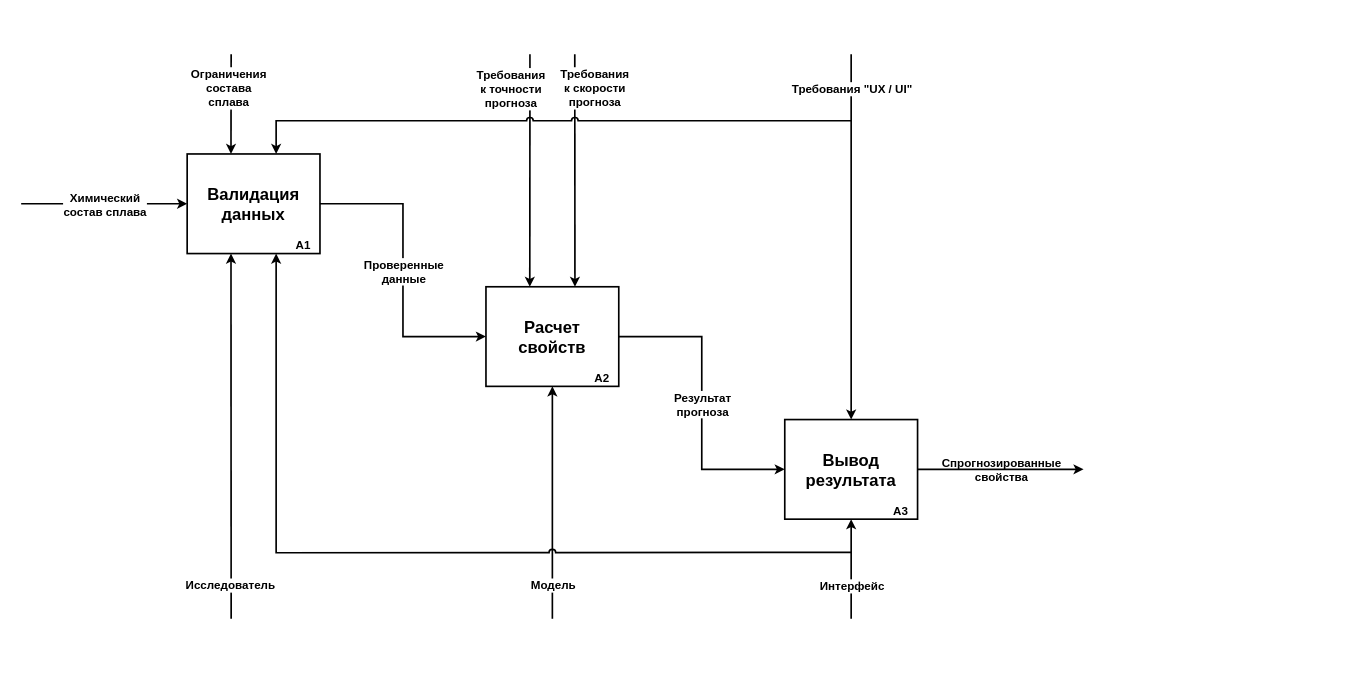
Above: page "IDEF0 (A0) (Презентация)" (4 of 4) of ВКР, отчет/ВКР, приложение/ВКР, IDEF0.drawio in Cyber-Limon/Final_qualifying_work___Diploma (draw.io), before the change. Source tidied: cells renumbered, new cells numbered last; positions are measured from the earlier drawing's top-left corner, leaving out a move shared by most shapes. Both pictures are drawn from the tidied source at 83%, with x=0, y=0 at pixel (21, 54).
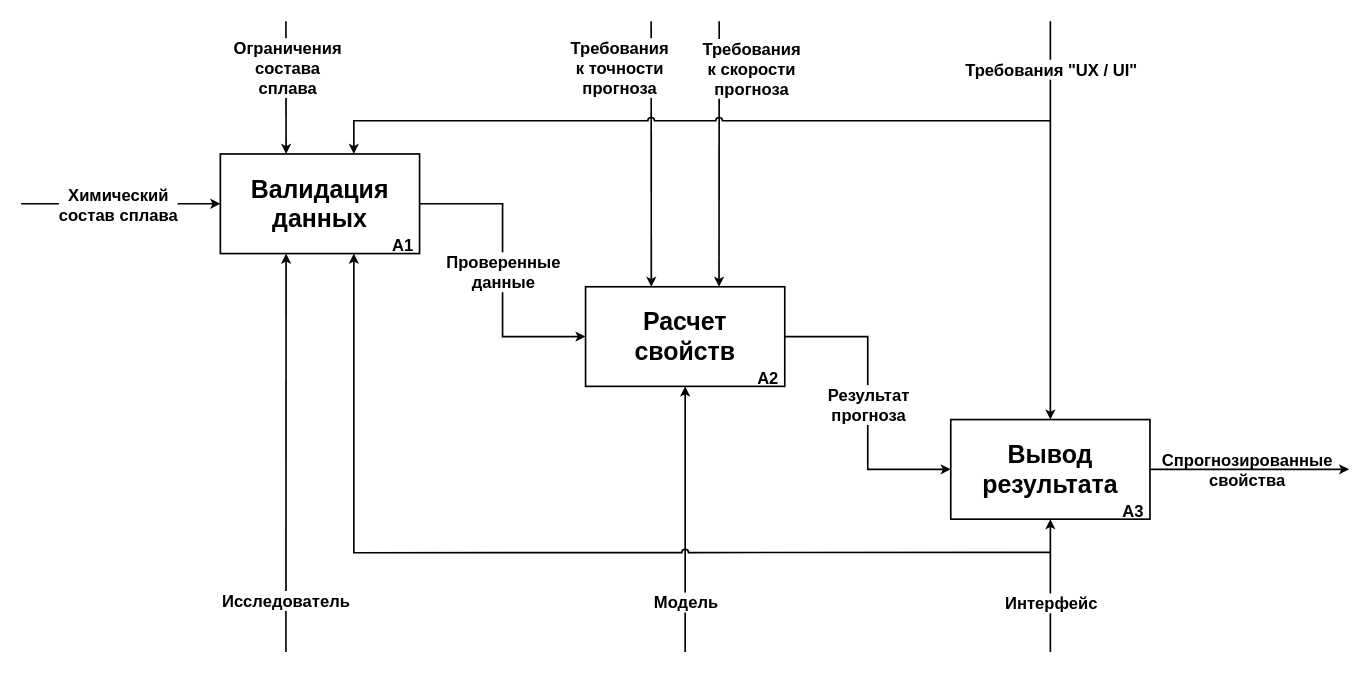
The same diagram, later.

The change refers to these unchanged cells:
```xml
<mxCell id="8" style="endArrow=classic;html=1;rounded=0;strokeWidth=2;entryX=0;entryY=0.5;entryDx=0;entryDy=0;" parent="1" edge="1" target="2">
  <mxGeometry relative="1" as="geometry">
    <mxPoint y="180" as="sourcePoint" />
  </mxGeometry>
</mxCell>
```

The edit, as a diff of the source:
```diff
@@
-    <mxCell id="2" value="&lt;span style=&quot;font-size: 20px;&quot;&gt;&lt;b&gt;Валидация данных&lt;/b&gt;&lt;/span&gt;" style="rounded=0;whiteSpace=wrap;html=1;strokeWidth=2;points=[[0,0.25,0,0,0],[0,0.5,0,0,0],[0,0.75,0,0,0],[0.33,0,0,0,0],[0.33,1,0,0,0],[0.67,0,0,0,0],[0.67,1,0,0,0],[1,0.25,0,0,0],[1,0.5,0,0,0],[1,0.75,0,0,0]];" parent="1" vertex="1">
-      <mxGeometry x="200" y="120" width="160" height="120" as="geometry" />
+    <mxCell id="2" value="&lt;span&gt;&lt;span&gt;Валидация данных&lt;/span&gt;&lt;/span&gt;" style="rounded=0;whiteSpace=wrap;html=1;strokeWidth=2;points=[[0,0.25,0,0,0],[0,0.5,0,0,0],[0,0.75,0,0,0],[0.33,0,0,0,0],[0.33,1,0,0,0],[0.67,0,0,0,0],[0.67,1,0,0,0],[1,0.25,0,0,0],[1,0.5,0,0,0],[1,0.75,0,0,0]];fontSize=30;fontStyle=1;" parent="1" vertex="1">
+      <mxGeometry x="240" y="120" width="240" height="120" as="geometry" />
     </mxCell>
-    <mxCell id="3" value="&lt;font style=&quot;font-size: 14px;&quot;&gt;&lt;b&gt;A1&lt;/b&gt;&lt;/font&gt;" style="text;html=1;whiteSpace=wrap;strokeColor=none;fillColor=none;align=center;verticalAlign=middle;rounded=0;" parent="1" vertex="1">
-      <mxGeometry x="320" y="220" width="40" height="20" as="geometry" />
+    <mxCell id="3" value="&lt;font&gt;&lt;span&gt;A1&lt;/span&gt;&lt;/font&gt;" style="text;html=1;whiteSpace=wrap;strokeColor=none;fillColor=none;align=center;verticalAlign=middle;rounded=0;fontSize=20;fontStyle=1;" parent="1" vertex="1">
+      <mxGeometry x="440" y="220" width="40" height="20" as="geometry" />
     </mxCell>
-    <mxCell id="4" value="&lt;font style=&quot;font-size: 20px;&quot;&gt;&lt;b style=&quot;&quot;&gt;Расчет&lt;/b&gt;&lt;/font&gt;&lt;div&gt;&lt;font style=&quot;font-size: 20px;&quot;&gt;&lt;b style=&quot;&quot;&gt;свойств&lt;/b&gt;&lt;/font&gt;&lt;/div&gt;" style="rounded=0;whiteSpace=wrap;html=1;strokeWidth=2;points=[[0,0.25,0,0,0],[0,0.5,0,0,0],[0,0.75,0,0,0],[0,1,0,0,0],[0.25,1,0,0,0],[0.33,0,0,0,0],[0.5,1,0,0,0],[0.67,0,0,0,0],[0.75,1,0,0,0],[1,0.25,0,0,0],[1,0.5,0,0,0],[1,0.75,0,0,0],[1,1,0,0,0]];" parent="1" vertex="1">
-      <mxGeometry x="560" y="280" width="160" height="120" as="geometry" />
+    <mxCell id="4" value="&lt;font&gt;&lt;span&gt;Расчет&lt;/span&gt;&lt;/font&gt;&lt;div&gt;&lt;font&gt;&lt;span&gt;свойств&lt;/span&gt;&lt;/font&gt;&lt;/div&gt;" style="rounded=0;whiteSpace=wrap;html=1;strokeWidth=2;points=[[0,0.25,0,0,0],[0,0.5,0,0,0],[0,0.75,0,0,0],[0,1,0,0,0],[0.25,1,0,0,0],[0.33,0,0,0,0],[0.5,1,0,0,0],[0.67,0,0,0,0],[0.75,1,0,0,0],[1,0.25,0,0,0],[1,0.5,0,0,0],[1,0.75,0,0,0],[1,1,0,0,0]];fontSize=30;fontStyle=1;" parent="1" vertex="1">
+      <mxGeometry x="680" y="280" width="240" height="120" as="geometry" />
     </mxCell>
-    <mxCell id="5" value="&lt;font style=&quot;font-size: 14px;&quot;&gt;&lt;b&gt;A2&lt;/b&gt;&lt;/font&gt;" style="text;html=1;whiteSpace=wrap;strokeColor=none;fillColor=none;align=center;verticalAlign=middle;rounded=0;" parent="1" vertex="1">
-      <mxGeometry x="680" y="380" width="40" height="20" as="geometry" />
+    <mxCell id="5" value="&lt;font&gt;&lt;span&gt;A2&lt;/span&gt;&lt;/font&gt;" style="text;html=1;whiteSpace=wrap;strokeColor=none;fillColor=none;align=center;verticalAlign=middle;rounded=0;fontSize=20;fontStyle=1;" parent="1" vertex="1">
+      <mxGeometry x="880" y="380" width="40" height="20" as="geometry" />
     </mxCell>
-    <mxCell id="6" value="&lt;span style=&quot;font-size: 20px;&quot;&gt;&lt;b&gt;Вывод результата&lt;/b&gt;&lt;/span&gt;" style="rounded=0;whiteSpace=wrap;html=1;strokeWidth=2;points=[[0,0,0,0,0],[0,0.25,0,0,0],[0,0.5,0,0,0],[0,0.75,0,0,0],[0.25,0,0,0,0],[0.5,0,0,0,0],[0.5,1,0,0,0],[0.75,0,0,0,0],[1,0,0,0,0],[1,0.25,0,0,0],[1,0.5,0,0,0],[1,0.75,0,0,0]];" parent="1" vertex="1">
-      <mxGeometry x="920" y="440" width="160" height="120" as="geometry" />
+    <mxCell id="6" value="&lt;span&gt;&lt;span&gt;Вывод результата&lt;/span&gt;&lt;/span&gt;" style="rounded=0;whiteSpace=wrap;html=1;strokeWidth=2;points=[[0,0,0,0,0],[0,0.25,0,0,0],[0,0.5,0,0,0],[0,0.75,0,0,0],[0.25,0,0,0,0],[0.5,0,0,0,0],[0.5,1,0,0,0],[0.75,0,0,0,0],[1,0,0,0,0],[1,0.25,0,0,0],[1,0.5,0,0,0],[1,0.75,0,0,0]];fontSize=30;fontStyle=1;" parent="1" vertex="1">
+      <mxGeometry x="1120" y="440" width="240" height="120" as="geometry" />
     </mxCell>
-    <mxCell id="7" value="&lt;font style=&quot;font-size: 14px;&quot;&gt;&lt;b&gt;A3&lt;/b&gt;&lt;/font&gt;" style="text;html=1;whiteSpace=wrap;strokeColor=none;fillColor=none;align=center;verticalAlign=middle;rounded=0;" parent="1" vertex="1">
-      <mxGeometry x="1040" y="540" width="40" height="20" as="geometry" />
+    <mxCell id="7" value="&lt;font&gt;&lt;span&gt;A3&lt;/span&gt;&lt;/font&gt;" style="text;html=1;whiteSpace=wrap;strokeColor=none;fillColor=none;align=center;verticalAlign=middle;rounded=0;fontSize=20;fontStyle=1;" parent="1" vertex="1">
+      <mxGeometry x="1320" y="540" width="40" height="20" as="geometry" />
     </mxCell>
@@
-    <mxCell id="9" value="Химический&lt;div&gt;состав сплава&lt;/div&gt;" style="edgeLabel;html=1;align=center;verticalAlign=middle;fontSize=14;fontStyle=1;labelBackgroundColor=default;" parent="8" vertex="1">
+    <mxCell id="9" value="Химический&lt;div&gt;состав сплава&lt;/div&gt;" style="edgeLabel;html=1;align=center;verticalAlign=middle;fontSize=20;fontStyle=1;labelBackgroundColor=default;" parent="8" vertex="1">
       <mxGeometry x="-0.21" y="1" relative="1" as="geometry">
         <mxPoint x="21" y="1" as="offset" />
       </mxGeometry>
     </mxCell>
     <mxCell id="10" style="endArrow=classic;html=1;rounded=0;strokeWidth=2;exitX=1;exitY=0.5;exitDx=0;exitDy=0;" parent="1" edge="1" source="6">
       <mxGeometry relative="1" as="geometry">
-        <mxPoint x="1280" y="500" as="targetPoint" />
+        <mxPoint x="1600" y="500" as="targetPoint" />
       </mxGeometry>
     </mxCell>
-    <mxCell id="11" value="Спрогнозированные&lt;div&gt;свойства&lt;/div&gt;" style="edgeLabel;html=1;align=center;verticalAlign=middle;fontSize=14;fontStyle=1;labelPosition=center;verticalLabelPosition=middle;labelBackgroundColor=none;" parent="10" vertex="1">
+    <mxCell id="11" value="Спрогнозированные&lt;div&gt;свойства&lt;/div&gt;" style="edgeLabel;html=1;align=center;verticalAlign=middle;fontSize=20;fontStyle=1;labelPosition=center;verticalLabelPosition=middle;labelBackgroundColor=none;" parent="10" vertex="1">
       <mxGeometry x="-0.21" y="1" relative="1" as="geometry">
         <mxPoint x="21" y="1" as="offset" />
       </mxGeometry>
     </mxCell>
-    <mxCell id="12" style="endArrow=classic;html=1;rounded=0;strokeWidth=2;entryX=0;entryY=0.5;entryDx=0;entryDy=0;exitX=1;exitY=0.5;exitDx=0;exitDy=0;edgeStyle=orthogonalEdgeStyle;" parent="1" edge="1" source="2" target="4">
+    <mxCell id="12" style="endArrow=classic;html=1;rounded=0;strokeWidth=2;entryX=0;entryY=0.5;entryDx=0;entryDy=0;exitX=1;exitY=0.5;exitDx=0;exitDy=0;edgeStyle=orthogonalEdgeStyle;fontStyle=1;fontSize=17;" parent="1" edge="1" source="2" target="4">
       <mxGeometry relative="1" as="geometry" />
     </mxCell>
-    <mxCell id="13" value="Проверенные&lt;div&gt;данные&lt;/div&gt;" style="edgeLabel;html=1;align=center;verticalAlign=middle;fontSize=14;fontStyle=1;labelBackgroundColor=default;" parent="12" vertex="1">
+    <mxCell id="13" value="Проверенные&lt;div&gt;данные&lt;/div&gt;" style="edgeLabel;html=1;align=center;verticalAlign=middle;fontSize=20;fontStyle=1;labelBackgroundColor=default;" parent="12" vertex="1">
       <mxGeometry x="-0.21" y="1" relative="1" as="geometry">
         <mxPoint x="-1" y="39" as="offset" />
       </mxGeometry>
     </mxCell>
-    <mxCell id="14" style="endArrow=classic;html=1;rounded=0;strokeWidth=2;entryX=0;entryY=0.5;entryDx=0;entryDy=0;exitX=1;exitY=0.5;exitDx=0;exitDy=0;edgeStyle=orthogonalEdgeStyle;" parent="1" edge="1" source="4" target="6">
+    <mxCell id="14" style="endArrow=classic;html=1;rounded=0;strokeWidth=2;entryX=0;entryY=0.5;entryDx=0;entryDy=0;exitX=1;exitY=0.5;exitDx=0;exitDy=0;edgeStyle=orthogonalEdgeStyle;fontStyle=1;fontSize=17;" parent="1" edge="1" source="4" target="6">
       <mxGeometry relative="1" as="geometry" />
     </mxCell>
-    <mxCell id="15" value="Результат&lt;div&gt;прогноза&lt;/div&gt;" style="edgeLabel;html=1;align=center;verticalAlign=middle;fontSize=14;fontStyle=1;labelBackgroundColor=default;" parent="14" vertex="1">
+    <mxCell id="15" value="Результат&lt;div&gt;прогноза&lt;/div&gt;" style="edgeLabel;html=1;align=center;verticalAlign=middle;fontSize=20;fontStyle=1;labelBackgroundColor=default;" parent="14" vertex="1">
       <mxGeometry x="-0.21" y="1" relative="1" as="geometry">
         <mxPoint x="-1" y="39" as="offset" />
       </mxGeometry>
     </mxCell>
-    <mxCell id="16" style="endArrow=classic;html=1;rounded=0;strokeWidth=2;entryX=0.5;entryY=1;entryDx=0;entryDy=0;" parent="1" edge="1" target="4">
+    <mxCell id="16" style="endArrow=classic;html=1;rounded=0;strokeWidth=2;entryX=0.5;entryY=1;entryDx=0;entryDy=0;fontStyle=1;" parent="1" edge="1" target="4">
       <mxGeometry relative="1" as="geometry">
-        <mxPoint x="640" y="680" as="sourcePoint" />
+        <mxPoint x="800" y="720" as="sourcePoint" />
       </mxGeometry>
     </mxCell>
-    <mxCell id="17" value="Модель" style="edgeLabel;html=1;align=center;verticalAlign=middle;fontSize=14;fontStyle=1;labelBackgroundColor=#FFFFFF;" parent="16" vertex="1">
+    <mxCell id="17" value="Модель" style="edgeLabel;html=1;align=center;verticalAlign=middle;fontSize=20;fontStyle=1;labelBackgroundColor=#FFFFFF;" parent="16" vertex="1">
       <mxGeometry x="-0.21" y="1" relative="1" as="geometry">
-        <mxPoint x="1" y="70" as="offset" />
+        <mxPoint x="1" y="65" as="offset" />
       </mxGeometry>
     </mxCell>
-    <mxCell id="18" style="endArrow=classic;html=1;rounded=0;strokeWidth=2;entryX=0.33;entryY=1;entryDx=0;entryDy=0;entryPerimeter=0;" parent="1" edge="1" target="2">
+    <mxCell id="18" style="endArrow=classic;html=1;rounded=0;strokeWidth=2;entryX=0.33;entryY=1;entryDx=0;entryDy=0;entryPerimeter=0;fontStyle=1;" parent="1" edge="1" target="2">
       <mxGeometry relative="1" as="geometry">
-        <mxPoint x="253" y="680" as="sourcePoint" />
+        <mxPoint x="319" y="720" as="sourcePoint" />
       </mxGeometry>
     </mxCell>
-    <mxCell id="19" value="Исследователь" style="edgeLabel;html=1;align=center;verticalAlign=middle;fontSize=14;fontStyle=1;labelBackgroundColor=#FFFFFF;" parent="18" vertex="1">
+    <mxCell id="19" value="Исследователь" style="edgeLabel;html=1;align=center;verticalAlign=middle;fontSize=20;fontStyle=1;labelBackgroundColor=#FFFFFF;" parent="18" vertex="1">
       <mxGeometry x="-0.21" y="1" relative="1" as="geometry">
-        <mxPoint y="133" as="offset" />
+        <mxPoint y="128" as="offset" />
       </mxGeometry>
     </mxCell>
-    <mxCell id="20" style="endArrow=classic;html=1;rounded=0;strokeWidth=2;entryX=0.5;entryY=1;entryDx=0;entryDy=0;entryPerimeter=0;" parent="1" edge="1" target="6">
+    <mxCell id="20" style="endArrow=classic;html=1;rounded=0;strokeWidth=2;entryX=0.5;entryY=1;entryDx=0;entryDy=0;entryPerimeter=0;fontStyle=1;" parent="1" edge="1" target="6">
       <mxGeometry relative="1" as="geometry">
-        <mxPoint x="1000" y="680" as="sourcePoint" />
+        <mxPoint x="1240" y="720" as="sourcePoint" />
       </mxGeometry>
     </mxCell>
-    <mxCell id="21" value="Интерфейс" style="edgeLabel;html=1;align=center;verticalAlign=middle;fontSize=14;fontStyle=1;labelBackgroundColor=#FFFFFF;" parent="20" vertex="1">
+    <mxCell id="21" value="Интерфейс" style="edgeLabel;html=1;align=center;verticalAlign=middle;fontSize=20;fontStyle=1;labelBackgroundColor=#FFFFFF;" parent="20" vertex="1">
       <mxGeometry x="-0.21" y="1" relative="1" as="geometry">
-        <mxPoint x="1" y="7" as="offset" />
+        <mxPoint x="1" y="3" as="offset" />
       </mxGeometry>
     </mxCell>
     <mxCell id="22" style="endArrow=classic;html=1;rounded=0;strokeWidth=2;edgeStyle=orthogonalEdgeStyle;jumpStyle=arc;entryX=0.67;entryY=1;entryDx=0;entryDy=0;entryPerimeter=0;" parent="1" edge="1" target="2">
       <mxGeometry relative="1" as="geometry">
-        <mxPoint x="1000" y="600" as="sourcePoint" />
+        <mxPoint x="1240" y="600" as="sourcePoint" />
       </mxGeometry>
     </mxCell>
-    <mxCell id="23" style="endArrow=classic;html=1;rounded=0;strokeWidth=2;entryX=0.5;entryY=0;entryDx=0;entryDy=0;entryPerimeter=0;" parent="1" edge="1" target="6">
+    <mxCell id="23" style="endArrow=classic;html=1;rounded=0;strokeWidth=2;entryX=0.5;entryY=0;entryDx=0;entryDy=0;entryPerimeter=0;fontStyle=1;" parent="1" edge="1" target="6">
       <mxGeometry relative="1" as="geometry">
-        <mxPoint x="1000" as="sourcePoint" />
+        <mxPoint x="1240" y="-40" as="sourcePoint" />
       </mxGeometry>
     </mxCell>
-    <mxCell id="24" value="Требования &quot;UX / UI&quot;" style="edgeLabel;html=1;align=center;verticalAlign=middle;fontSize=14;fontStyle=1;labelBackgroundColor=#FFFFFF;" parent="23" vertex="1">
+    <mxCell id="24" value="Требования &quot;UX / UI&quot;" style="edgeLabel;html=1;align=center;verticalAlign=middle;fontSize=20;fontStyle=1;labelBackgroundColor=#FFFFFF;" parent="23" vertex="1">
       <mxGeometry x="-0.21" y="1" relative="1" as="geometry">
         <mxPoint x="-1" y="-133" as="offset" />
       </mxGeometry>
     </mxCell>
-    <mxCell id="25" style="endArrow=classic;html=1;rounded=0;strokeWidth=2;entryX=0.33;entryY=0;entryDx=0;entryDy=0;entryPerimeter=0;" parent="1" edge="1" target="2">
+    <mxCell id="25" style="endArrow=classic;html=1;rounded=0;strokeWidth=2;entryX=0.33;entryY=0;entryDx=0;entryDy=0;entryPerimeter=0;fontStyle=1;fontSize=20;" parent="1" edge="1" target="2">
       <mxGeometry relative="1" as="geometry">
-        <mxPoint x="253" as="sourcePoint" />
+        <mxPoint x="319" y="-40" as="sourcePoint" />
       </mxGeometry>
     </mxCell>
-    <mxCell id="26" value="Ограничения&lt;div&gt;состава&lt;/div&gt;&lt;div&gt;сплава&lt;/div&gt;" style="edgeLabel;html=1;align=center;verticalAlign=middle;fontSize=14;fontStyle=1;labelBackgroundColor=#FFFFFF;" parent="25" vertex="1">
+    <mxCell id="26" value="Ограничения&lt;div&gt;состава&lt;/div&gt;&lt;div&gt;сплава&lt;/div&gt;" style="edgeLabel;html=1;align=center;verticalAlign=middle;fontSize=20;fontStyle=1;labelBackgroundColor=#FFFFFF;" parent="25" vertex="1">
       <mxGeometry x="-0.21" y="1" relative="1" as="geometry">
-        <mxPoint x="-4" y="-7" as="offset" />
+        <mxPoint y="-7" as="offset" />
       </mxGeometry>
     </mxCell>
-    <mxCell id="27" style="endArrow=classic;html=1;rounded=0;strokeWidth=2;entryX=0.67;entryY=0;entryDx=0;entryDy=0;entryPerimeter=0;" parent="1" edge="1" target="4">
+    <mxCell id="27" style="endArrow=classic;html=1;rounded=0;strokeWidth=2;entryX=0.67;entryY=0;entryDx=0;entryDy=0;entryPerimeter=0;fontStyle=1;" parent="1" edge="1" target="4">
       <mxGeometry relative="1" as="geometry">
-        <mxPoint x="667" as="sourcePoint" />
+        <mxPoint x="841" y="-40" as="sourcePoint" />
       </mxGeometry>
     </mxCell>
-    <mxCell id="28" value="Требования&lt;div&gt;к скорости&lt;/div&gt;&lt;div&gt;прогноза&lt;/div&gt;" style="edgeLabel;html=1;align=center;verticalAlign=middle;fontSize=14;fontStyle=1;labelBackgroundColor=#FFFFFF;" parent="27" vertex="1">
+    <mxCell id="28" value="Требования&lt;div&gt;к скорости&lt;/div&gt;&lt;div&gt;прогноза&lt;/div&gt;" style="edgeLabel;html=1;align=center;verticalAlign=middle;fontSize=20;fontStyle=1;labelBackgroundColor=#FFFFFF;" parent="27" vertex="1">
       <mxGeometry x="-0.21" y="1" relative="1" as="geometry">
-        <mxPoint x="22" y="-70" as="offset" />
+        <mxPoint x="38" y="-70" as="offset" />
       </mxGeometry>
     </mxCell>
-    <mxCell id="29" style="endArrow=classic;html=1;rounded=0;strokeWidth=2;entryX=0.33;entryY=0;entryDx=0;entryDy=0;entryPerimeter=0;" parent="1" edge="1" target="4">
+    <mxCell id="29" style="endArrow=classic;html=1;rounded=0;strokeWidth=2;entryX=0.33;entryY=0;entryDx=0;entryDy=0;entryPerimeter=0;fontStyle=1;" parent="1" edge="1" target="4">
       <mxGeometry relative="1" as="geometry">
-        <mxPoint x="613" as="sourcePoint" />
+        <mxPoint x="759" y="-40" as="sourcePoint" />
       </mxGeometry>
     </mxCell>
-    <mxCell id="30" value="Требования&lt;div&gt;к точности&lt;/div&gt;&lt;div&gt;прогноза&lt;/div&gt;" style="edgeLabel;html=1;align=center;verticalAlign=middle;fontSize=14;fontStyle=1;labelBackgroundColor=#FFFFFF;" parent="29" vertex="1">
+    <mxCell id="30" value="Требования&lt;div&gt;к точности&lt;/div&gt;&lt;div&gt;прогноза&lt;/div&gt;" style="edgeLabel;html=1;align=center;verticalAlign=middle;fontSize=20;fontStyle=1;labelBackgroundColor=#FFFFFF;" parent="29" vertex="1">
       <mxGeometry x="-0.21" y="1" relative="1" as="geometry">
-        <mxPoint x="-24" y="-70" as="offset" />
+        <mxPoint x="-40" y="-70" as="offset" />
       </mxGeometry>
     </mxCell>
-    <mxCell id="31" style="endArrow=classic;html=1;rounded=0;strokeWidth=2;edgeStyle=orthogonalEdgeStyle;jumpStyle=arc;entryX=0.67;entryY=0;entryDx=0;entryDy=0;entryPerimeter=0;" parent="1" edge="1" target="2">
+    <mxCell id="31" style="endArrow=classic;html=1;rounded=0;strokeWidth=2;edgeStyle=orthogonalEdgeStyle;jumpStyle=arc;entryX=0.67;entryY=0;entryDx=0;entryDy=0;entryPerimeter=0;fontStyle=1;fontSize=20;" parent="1" edge="1" target="2">
       <mxGeometry relative="1" as="geometry">
-        <mxPoint x="1000" y="80" as="sourcePoint" />
+        <mxPoint x="1240" y="80" as="sourcePoint" />
         <Array as="points">
-          <mxPoint x="840" y="80" />
-          <mxPoint x="307" y="80" />
+          <mxPoint x="880" y="80" />
+          <mxPoint x="347" y="80" />
         </Array>
       </mxGeometry>
     </mxCell>
```
